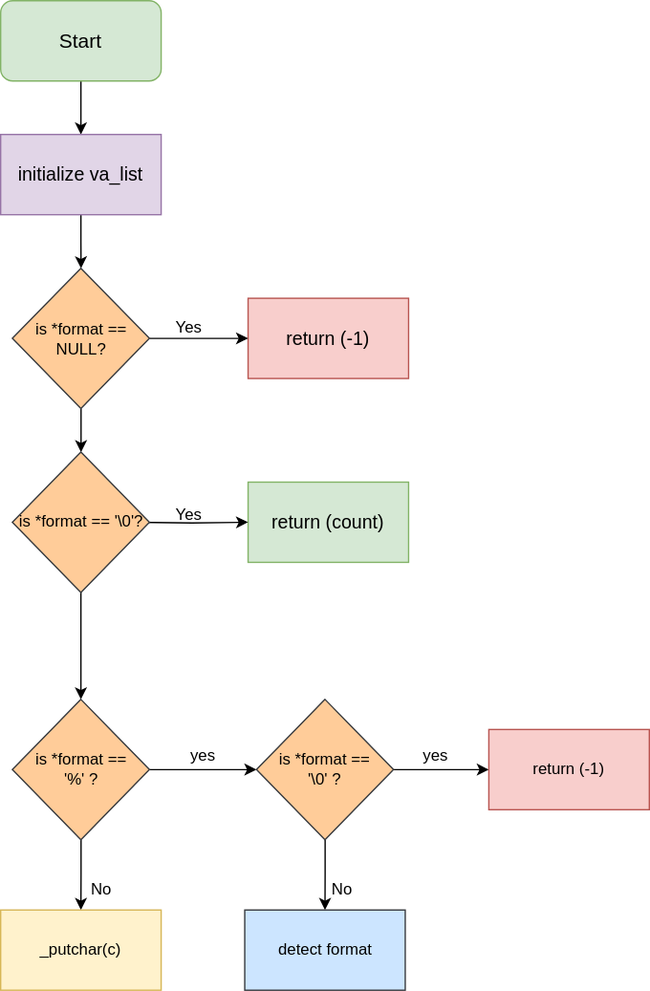
davehypercodes/printf keeps this draw.io diagram as printf.svg. Above is the earlier version. Source tidied: cells renumbered, new cells last; positions are measured from the earlier drawing's top-left corner, leaving out a move shared by most shapes.
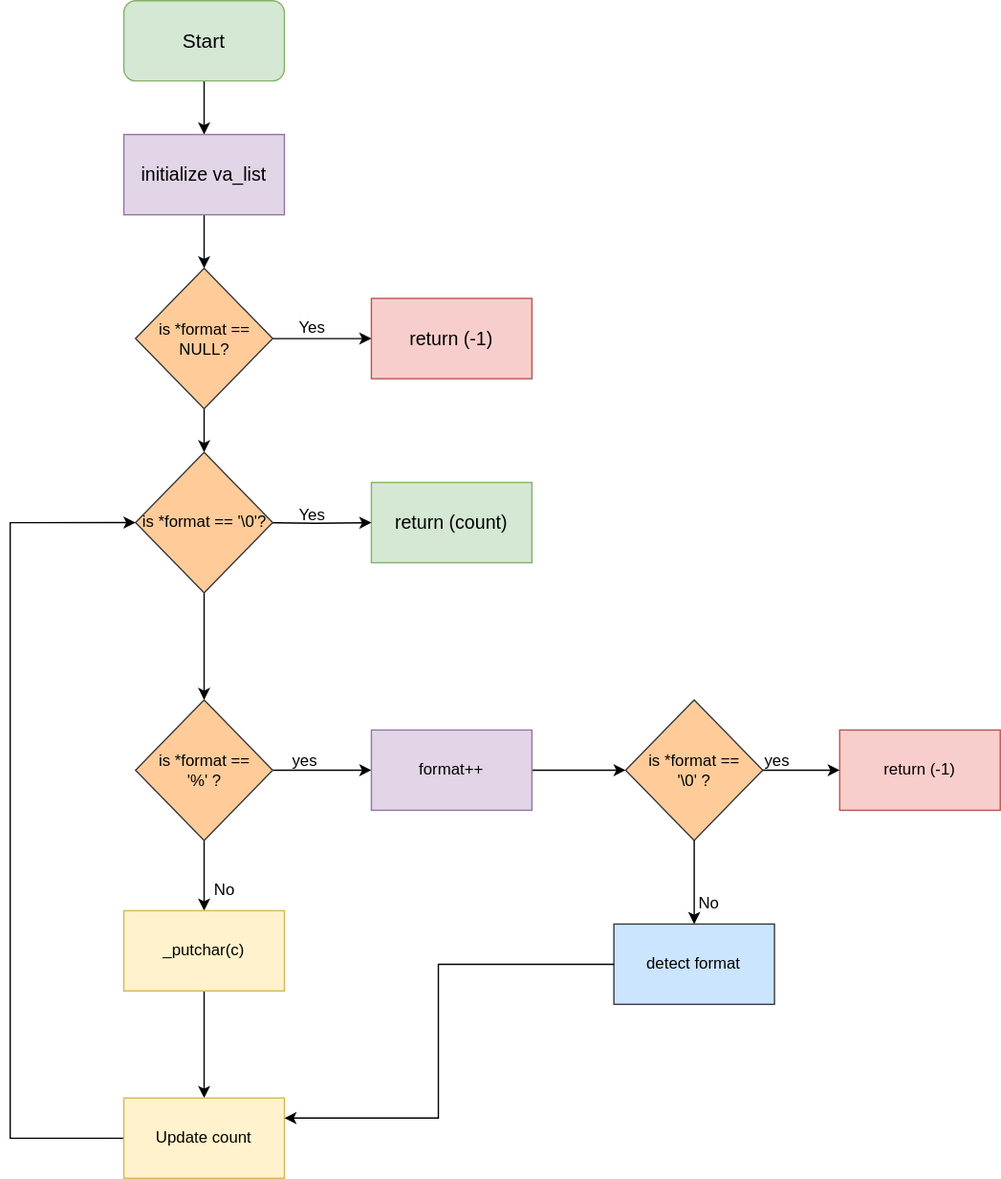
Later version of the same file.

The edit, as a diff of the source:
```diff
@@ -40,12 +40,12 @@
     <mxCell id="13" value="is *format == '\0'?" style="rhombus;whiteSpace=wrap;html=1;fillColor=#ffcc99;strokeColor=#36393d;" parent="1" vertex="1">
       <mxGeometry x="8.8" y="337.5" width="102.5" height="105" as="geometry" />
     </mxCell>
-    <mxCell id="14" style="edgeStyle=orthogonalEdgeStyle;rounded=0;jettySize=auto;html=1;" parent="1" edge="1" source="16" target="21">
-      <mxGeometry relative="1" as="geometry" />
-    </mxCell>
     <mxCell id="15" style="edgeStyle=orthogonalEdgeStyle;rounded=0;jettySize=auto;html=1;" parent="1" edge="1" source="16" target="25">
       <mxGeometry relative="1" as="geometry" />
     </mxCell>
+    <mxCell id="29" style="edgeStyle=orthogonalEdgeStyle;rounded=0;jettySize=auto;html=1;" parent="1" edge="1" source="16" target="35">
+      <mxGeometry relative="1" as="geometry" />
+    </mxCell>
     <mxCell id="16" value="is *format == &lt;br&gt;'%' ?" style="rhombus;whiteSpace=wrap;html=1;fillColor=#ffcc99;strokeColor=#36393d;" parent="1" vertex="1">
       <mxGeometry x="8.8" y="522.5" width="102.5" height="105" as="geometry" />
     </mxCell>
@@ -55,35 +55,66 @@
     <mxCell id="18" value="Yes" style="text;html=1;align=center;verticalAlign=middle;whiteSpace=wrap;rounded=0;rotation=0;" parent="1" vertex="1">
       <mxGeometry x="111.2" y="230" width="60" height="30" as="geometry" />
     </mxCell>
-    <mxCell id="19" style="edgeStyle=orthogonalEdgeStyle;rounded=0;jettySize=auto;html=1;" parent="1" edge="1" source="21" target="22">
-      <mxGeometry relative="1" as="geometry" />
-    </mxCell>
-    <mxCell id="20" style="edgeStyle=orthogonalEdgeStyle;rounded=0;jettySize=auto;html=1;" parent="1" edge="1" source="21" target="27">
-      <mxGeometry relative="1" as="geometry" />
-    </mxCell>
+    <mxCell id="30" style="edgeStyle=orthogonalEdgeStyle;rounded=0;jettySize=auto;html=1;" parent="1" edge="1" source="25" target="32">
+      <mxGeometry relative="1" as="geometry" />
+    </mxCell>
+    <mxCell id="25" value="_putchar(c)" style="whiteSpace=wrap;html=1;fillColor=#fff2cc;strokeColor=#d6b656;" parent="1" vertex="1">
+      <mxGeometry y="680" width="120" height="60" as="geometry" />
+    </mxCell>
+    <mxCell id="26" value="No" style="text;html=1;align=center;verticalAlign=middle;strokeColor=none;fillColor=none;" parent="1" vertex="1">
+      <mxGeometry x="55" y="650" width="40" height="30" as="geometry" />
+    </mxCell>
+    <mxCell id="31" style="edgeStyle=orthogonalEdgeStyle;rounded=0;jettySize=auto;html=1;entryX=0;entryY=0.5;entryDx=0;entryDy=0;" parent="1" edge="1" source="32" target="13">
+      <mxGeometry relative="1" as="geometry">
+        <Array as="points">
+          <mxPoint x="-85" y="850" />
+          <mxPoint x="-85" y="390" />
+        </Array>
+      </mxGeometry>
+    </mxCell>
+    <mxCell id="32" value="Update count" style="whiteSpace=wrap;html=1;fillColor=#fff2cc;strokeColor=#d6b656;" parent="1" vertex="1">
+      <mxGeometry y="820" width="120" height="60" as="geometry" />
+    </mxCell>
+    <mxCell id="33" style="group;" parent="1" vertex="1">
+      <mxGeometry x="345" y="525" width="302.5" height="217.5" as="geometry" />
+    </mxCell>
-    <mxCell id="21" value="is *format == &lt;br&gt;'\0' ?" style="rhombus;whiteSpace=wrap;html=1;fillColor=#ffcc99;strokeColor=#36393d;" parent="1" vertex="1">
-      <mxGeometry x="191.2" y="522.5" width="102.5" height="105" as="geometry" />
+    <mxCell id="21" value="is *format == &lt;br&gt;'\0' ?" style="rhombus;whiteSpace=wrap;html=1;fillColor=#ffcc99;strokeColor=#36393d;" parent="33" vertex="1">
+      <mxGeometry x="30" y="-2.5" width="102.5" height="105" as="geometry" />
     </mxCell>
-    <mxCell id="22" value="return (-1)" style="whiteSpace=wrap;html=1;fillColor=#f8cecc;strokeColor=#b85450;" parent="1" vertex="1">
-      <mxGeometry x="365" y="545" width="120" height="60" as="geometry" />
+    <mxCell id="22" value="return (-1)" style="whiteSpace=wrap;html=1;fillColor=#f8cecc;strokeColor=#b85450;" parent="33" vertex="1">
+      <mxGeometry x="190" y="20" width="120" height="60" as="geometry" />
     </mxCell>
+    <mxCell id="19" style="edgeStyle=orthogonalEdgeStyle;rounded=0;jettySize=auto;html=1;" parent="33" edge="1" source="21" target="22">
+      <mxGeometry relative="1" as="geometry" />
+    </mxCell>
+    <mxCell id="24" value="yes" style="text;html=1;align=center;verticalAlign=middle;strokeColor=none;fillColor=none;" parent="33" vertex="1">
+      <mxGeometry x="122.5" y="27.5" width="40" height="30" as="geometry" />
+    </mxCell>
+    <mxCell id="27" value="detect format" style="whiteSpace=wrap;html=1;fillColor=#cce5ff;strokeColor=#36393d;" parent="33" vertex="1">
+      <mxGeometry x="21.2" y="165" width="120" height="60" as="geometry" />
+    </mxCell>
+    <mxCell id="20" style="edgeStyle=orthogonalEdgeStyle;rounded=0;jettySize=auto;html=1;" parent="33" edge="1" source="21" target="27">
+      <mxGeometry relative="1" as="geometry" />
+    </mxCell>
+    <mxCell id="28" value="No" style="text;html=1;align=center;verticalAlign=middle;strokeColor=none;fillColor=none;" parent="33" vertex="1">
+      <mxGeometry x="72" y="135" width="40" height="30" as="geometry" />
+    </mxCell>
+    <mxCell id="34" style="edgeStyle=orthogonalEdgeStyle;rounded=0;jettySize=auto;html=1;" parent="1" edge="1" source="35" target="21">
+      <mxGeometry relative="1" as="geometry" />
+    </mxCell>
+    <mxCell id="35" value="format++" style="whiteSpace=wrap;html=1;fillColor=#e1d5e7;strokeColor=#9673a6;" parent="1" vertex="1">
+      <mxGeometry x="185" y="545" width="120" height="60" as="geometry" />
+    </mxCell>
     <mxCell id="23" value="yes" style="text;html=1;align=center;verticalAlign=middle;strokeColor=none;fillColor=none;" parent="1" vertex="1">
-      <mxGeometry x="131.2" y="550" width="40" height="30" as="geometry" />
+      <mxGeometry x="115" y="552.5" width="40" height="30" as="geometry" />
     </mxCell>
-    <mxCell id="24" value="yes" style="text;html=1;align=center;verticalAlign=middle;strokeColor=none;fillColor=none;" parent="1" vertex="1">
-      <mxGeometry x="305" y="550" width="40" height="30" as="geometry" />
-    </mxCell>
-    <mxCell id="25" value="_putchar(c)" style="whiteSpace=wrap;html=1;fillColor=#fff2cc;strokeColor=#d6b656;" parent="1" vertex="1">
-      <mxGeometry y="680" width="120" height="60" as="geometry" />
-    </mxCell>
-    <mxCell id="26" value="No" style="text;html=1;align=center;verticalAlign=middle;strokeColor=none;fillColor=none;" parent="1" vertex="1">
-      <mxGeometry x="55" y="650" width="40" height="30" as="geometry" />
-    </mxCell>
-    <mxCell id="27" value="detect format" style="whiteSpace=wrap;html=1;fillColor=#cce5ff;strokeColor=#36393d;" parent="1" vertex="1">
-      <mxGeometry x="182.5" y="680" width="120" height="60" as="geometry" />
-    </mxCell>
-    <mxCell id="28" value="No" style="text;html=1;align=center;verticalAlign=middle;strokeColor=none;fillColor=none;" parent="1" vertex="1">
-      <mxGeometry x="235" y="650" width="40" height="30" as="geometry" />
-    </mxCell>
+    <mxCell id="36" style="edgeStyle=orthogonalEdgeStyle;rounded=0;jettySize=auto;html=1;entryX=1;entryY=0.25;entryDx=0;entryDy=0;" parent="1" edge="1" source="27" target="32">
+      <mxGeometry relative="1" as="geometry">
+        <Array as="points">
+          <mxPoint x="235" y="720" />
+          <mxPoint x="235" y="835" />
+        </Array>
+      </mxGeometry>
+    </mxCell>
   </root>
 </mxGraphModel>
```
